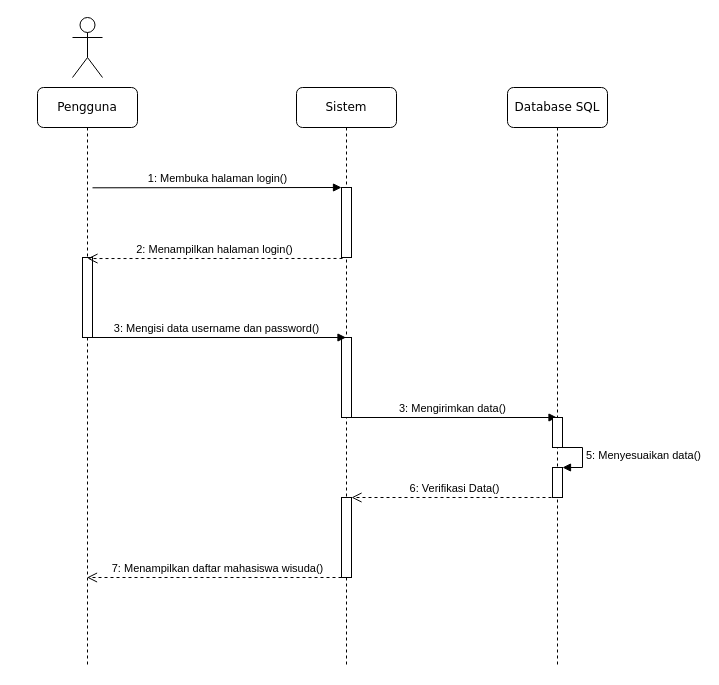
This is page "Sequence Daftar Pengguna" (3 of 13) of SIAKAD ERD.drawio from RidhoAnshory/drawiocloud, a draw.io file, before an edit. Source tidied: cells renumbered, new cells numbered last; positions are measured from the earlier drawing's top-left corner, leaving out a move shared by most shapes. Both pictures are drawn from the tidied source at 100%, with x=0, y=0 at pixel (37, 17).
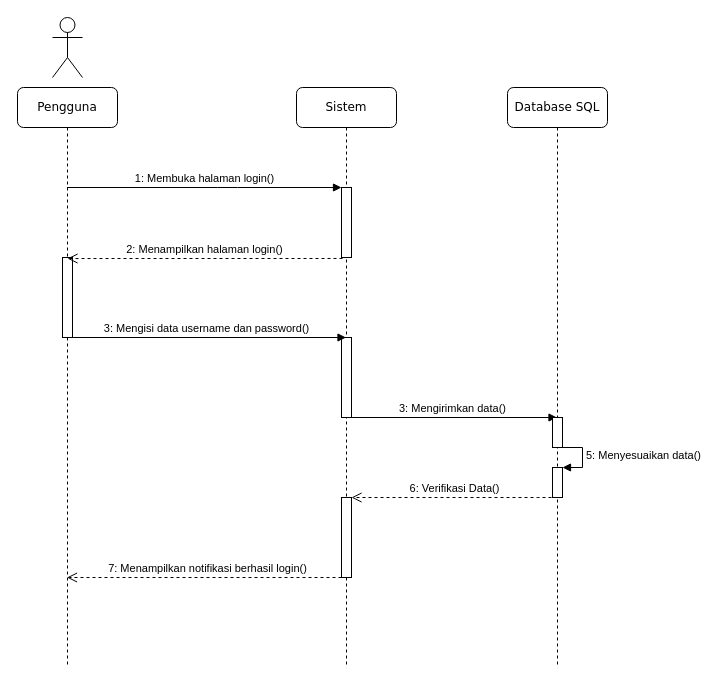
The same diagram, later.

The change refers to these unchanged cells:
```xml
<mxCell id="3" style="html=1;points=[];perimeter=orthogonalPerimeter;rounded=0;shadow=0;comic=0;labelBackgroundColor=none;strokeWidth=1;fontFamily=Verdana;fontSize=12;align=center;" parent="2" vertex="1">
  <mxGeometry x="45" y="100" width="10" height="70" as="geometry" />
</mxCell>
```

Diff of the diagram source:
```diff
@@
     <mxCell id="11" value="Pengguna" style="shape=umlLifeline;perimeter=lifelinePerimeter;whiteSpace=wrap;html=1;outlineConnect=0;rounded=1;shadow=0;comic=0;labelBackgroundColor=none;strokeWidth=1;fontFamily=Verdana;fontSize=12;align=center;" parent="1" vertex="1">
-      <mxGeometry y="70" width="100" height="580" as="geometry" />
+      <mxGeometry x="-20" y="70" width="100" height="580" as="geometry" />
     </mxCell>
@@
-    <mxCell id="14" value="1: Membuka halaman login()" style="html=1;verticalAlign=bottom;endArrow=block;entryX=0;entryY=0;labelBackgroundColor=none;fontFamily=Helvetica;fontSize=11;edgeStyle=elbowEdgeStyle;elbow=vertical;" parent="1" edge="1" target="3">
+    <mxCell id="14" value="1: Membuka halaman login()" style="html=1;verticalAlign=bottom;endArrow=block;entryX=0;entryY=0;labelBackgroundColor=none;fontFamily=Helvetica;fontSize=11;edgeStyle=elbowEdgeStyle;elbow=vertical;" parent="1" edge="1" source="11" target="3">
       <mxGeometry relative="1" as="geometry">
-        <mxPoint x="55" y="170.3" as="sourcePoint" />
+        <Array as="points">
+          <mxPoint x="190" y="170" />
+          <mxPoint x="150" y="190" />
+          <mxPoint x="280" y="170" />
+          <mxPoint x="40" y="170" />
+        </Array>
       </mxGeometry>
     </mxCell>
     <mxCell id="15" style="shape=umlActor;verticalLabelPosition=bottom;verticalAlign=top;html=1;" parent="1" vertex="1">
-      <mxGeometry x="35" width="30" height="60" as="geometry" />
+      <mxGeometry x="15" width="30" height="60" as="geometry" />
     </mxCell>
@@
-    <mxCell id="18" value="7: Menampilkan daftar mahasiswa wisuda()" style="html=1;verticalAlign=bottom;endArrow=open;dashed=1;endSize=8;" parent="1" edge="1" target="11">
+    <mxCell id="18" value="7: Menampilkan notifikasi berhasil login()" style="html=1;verticalAlign=bottom;endArrow=open;dashed=1;endSize=8;" parent="1" edge="1" target="11">
       <mxGeometry relative="1" as="geometry">
         <mxPoint x="310" y="560" as="sourcePoint" />
       </mxGeometry>
     </mxCell>
```
